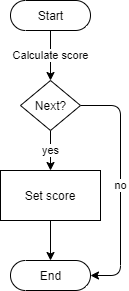
Above: scoring/documentation/Around_the_World_Game_Logic.png in kparlak/dart-scoring-system (draw.io), before the change. Source tidied: cells renumbered, new cells last; positions are measured from the earlier drawing's top-left corner, leaving out a move shared by most shapes.
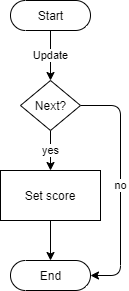
After the change.

Diff of the diagram source:
```diff
@@ -2,7 +2,7 @@
   <root>
     <mxCell id="0" />
     <mxCell id="1" parent="0" />
-    <mxCell id="2" value="Calculate score" style="edgeStyle=orthogonalEdgeStyle;rounded=1;jettySize=auto;html=1;exitX=0.5;exitY=0.5;exitDx=0;exitDy=15;exitPerimeter=0;entryX=0.5;entryY=0;entryDx=0;entryDy=0;" parent="1" edge="1" source="3" target="6">
+    <mxCell id="2" value="Update" style="edgeStyle=orthogonalEdgeStyle;rounded=1;jettySize=auto;html=1;exitX=0.5;exitY=0.5;exitDx=0;exitDy=15;exitPerimeter=0;entryX=0.5;entryY=0;entryDx=0;entryDy=0;" parent="1" edge="1" source="3" target="6">
       <mxGeometry relative="1" as="geometry" />
     </mxCell>
     <mxCell id="3" value="Start" style="html=1;dashed=0;whitespace=wrap;shape=mxgraph.dfd.start;" parent="1" vertex="1">
```
